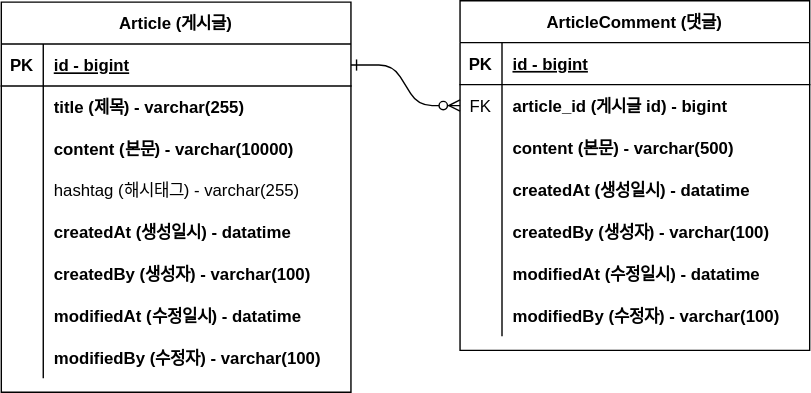
Before: document/project-article-erd.drawio.svg, a diagram exported from draw.io (JJuuuunn/Fastcampus_Article). Source tidied: cells renumbered, new cells last; positions are measured from the earlier drawing's top-left corner, leaving out a move shared by most shapes.
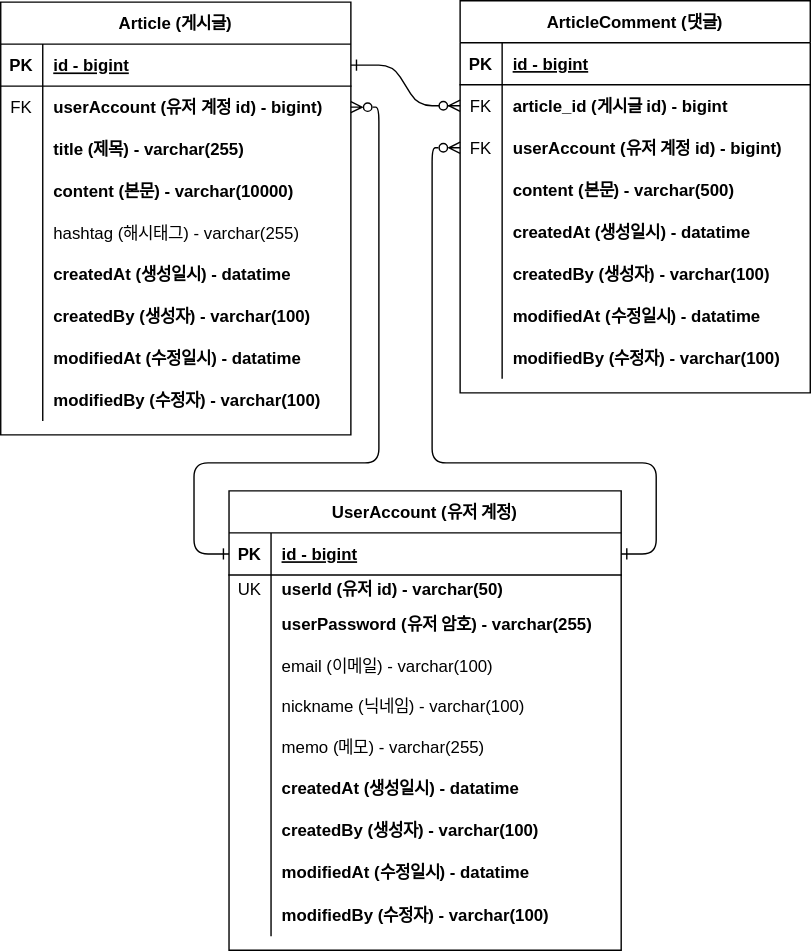
The same file after the commit.

Commit message:
ERD 업데이트: UserAccount 도메인 추가

What changed in the source:
```diff
@@ -6,7 +6,7 @@
       <mxGeometry relative="1" as="geometry" />
     </mxCell>
     <mxCell id="3" value="ArticleComment (댓글)" style="shape=table;startSize=30;rowLines=0;fontStyle=1;align=center;" parent="1" vertex="1">
-      <mxGeometry x="328" width="250" height="250" as="geometry" />
+      <mxGeometry x="328" width="250" height="280" as="geometry" />
     </mxCell>
     <mxCell id="4" style="shape=partialRectangle;fillColor=none;top=0;left=0;right=0;bottom=1;" parent="3" vertex="1">
       <mxGeometry y="30" width="250" height="30" as="geometry" />
@@ -26,8 +26,17 @@
     <mxCell id="9" value="article_id (게시글 id) - bigint" style="shape=partialRectangle;overflow=hidden;fillColor=none;top=0;left=0;bottom=0;right=0;align=left;spacingLeft=6;fontStyle=1;" parent="7" vertex="1">
       <mxGeometry x="30" width="220" height="30" as="geometry" />
     </mxCell>
+    <mxCell id="50" style="shape=partialRectangle;fillColor=none;points=[[0,0.5],[1,0.5]];portConstraint=eastwest;top=0;left=0;right=0;bottom=0;" parent="3" vertex="1">
+      <mxGeometry y="90" width="250" height="30" as="geometry" />
+    </mxCell>
+    <mxCell id="51" value="FK" style="shape=partialRectangle;overflow=hidden;fillColor=none;top=0;left=0;bottom=0;right=0;" parent="50" vertex="1">
+      <mxGeometry width="30" height="30" as="geometry" />
+    </mxCell>
+    <mxCell id="52" value="userAccount (유저 계정 id) - bigint)" style="shape=partialRectangle;overflow=hidden;fillColor=none;top=0;left=0;bottom=0;right=0;align=left;spacingLeft=6;fontStyle=1;" parent="50" vertex="1">
+      <mxGeometry x="30" width="220" height="30" as="geometry" />
+    </mxCell>
     <mxCell id="10" style="shape=partialRectangle;fillColor=none;top=0;left=0;right=0;bottom=0;" parent="3" vertex="1">
-      <mxGeometry y="90" width="250" height="30" as="geometry" />
+      <mxGeometry y="120" width="250" height="30" as="geometry" />
     </mxCell>
     <mxCell id="11" style="shape=partialRectangle;overflow=hidden;fillColor=none;top=0;left=0;bottom=0;right=0;" parent="10" vertex="1">
       <mxGeometry width="30" height="30" as="geometry" />
@@ -36,7 +45,7 @@
       <mxGeometry x="30" width="220" height="30" as="geometry" />
     </mxCell>
     <mxCell id="13" style="shape=partialRectangle;fillColor=none;top=0;left=0;right=0;bottom=0;" parent="3" vertex="1">
-      <mxGeometry y="120" width="250" height="30" as="geometry" />
+      <mxGeometry y="150" width="250" height="30" as="geometry" />
     </mxCell>
     <mxCell id="14" style="shape=partialRectangle;overflow=hidden;fillColor=none;top=0;left=0;bottom=0;right=0;" parent="13" vertex="1">
       <mxGeometry width="30" height="30" as="geometry" />
@@ -45,7 +54,7 @@
       <mxGeometry x="30" width="220" height="30" as="geometry" />
     </mxCell>
     <mxCell id="16" style="shape=partialRectangle;fillColor=none;top=0;left=0;right=0;bottom=0;" parent="3" vertex="1">
-      <mxGeometry y="150" width="250" height="30" as="geometry" />
+      <mxGeometry y="180" width="250" height="30" as="geometry" />
     </mxCell>
     <mxCell id="17" style="shape=partialRectangle;overflow=hidden;fillColor=none;top=0;left=0;bottom=0;right=0;" parent="16" vertex="1">
       <mxGeometry width="30" height="30" as="geometry" />
@@ -54,7 +63,7 @@
       <mxGeometry x="30" width="220" height="30" as="geometry" />
     </mxCell>
     <mxCell id="19" style="shape=partialRectangle;fillColor=none;top=0;left=0;right=0;bottom=0;" parent="3" vertex="1">
-      <mxGeometry y="180" width="250" height="30" as="geometry" />
+      <mxGeometry y="210" width="250" height="30" as="geometry" />
     </mxCell>
     <mxCell id="20" style="shape=partialRectangle;overflow=hidden;fillColor=none;top=0;left=0;bottom=0;right=0;" parent="19" vertex="1">
       <mxGeometry width="30" height="30" as="geometry" />
@@ -63,7 +72,7 @@
       <mxGeometry x="30" width="220" height="30" as="geometry" />
     </mxCell>
     <mxCell id="22" style="shape=partialRectangle;fillColor=none;top=0;left=0;right=0;bottom=0;" parent="3" vertex="1">
-      <mxGeometry y="210" width="250" height="30" as="geometry" />
+      <mxGeometry y="240" width="250" height="30" as="geometry" />
     </mxCell>
     <mxCell id="23" style="shape=partialRectangle;overflow=hidden;fillColor=none;top=0;left=0;bottom=0;right=0;" parent="22" vertex="1">
       <mxGeometry width="30" height="30" as="geometry" />
@@ -72,7 +81,7 @@
       <mxGeometry x="30" width="220" height="30" as="geometry" />
     </mxCell>
     <mxCell id="25" value="Article (게시글)" style="shape=table;startSize=30;rowLines=0;fontStyle=1;align=center;" parent="1" vertex="1">
-      <mxGeometry y="1" width="250" height="279" as="geometry" />
+      <mxGeometry y="1" width="250" height="309" as="geometry" />
     </mxCell>
     <mxCell id="26" style="shape=partialRectangle;fillColor=none;points=[[0,0.5],[1,0.5]];portConstraint=eastwest;top=0;left=0;right=0;bottom=1;" parent="25" vertex="1">
       <mxGeometry y="30" width="250" height="30" as="geometry" />
@@ -86,14 +95,23 @@
     <mxCell id="29" style="shape=partialRectangle;fillColor=none;points=[[0,0.5],[1,0.5]];portConstraint=eastwest;top=0;left=0;right=0;bottom=0;" parent="25" vertex="1">
       <mxGeometry y="60" width="250" height="30" as="geometry" />
     </mxCell>
-    <mxCell id="30" style="shape=partialRectangle;overflow=hidden;fillColor=none;top=0;left=0;bottom=0;right=0;" parent="29" vertex="1">
+    <mxCell id="30" value="FK" style="shape=partialRectangle;overflow=hidden;fillColor=none;top=0;left=0;bottom=0;right=0;" parent="29" vertex="1">
       <mxGeometry width="30" height="30" as="geometry" />
     </mxCell>
-    <mxCell id="31" value="title (제목) - varchar(255)" style="shape=partialRectangle;overflow=hidden;fillColor=none;top=0;left=0;bottom=0;right=0;align=left;spacingLeft=6;fontStyle=1;" parent="29" vertex="1">
+    <mxCell id="31" value="userAccount (유저 계정 id) - bigint)" style="shape=partialRectangle;overflow=hidden;fillColor=none;top=0;left=0;bottom=0;right=0;align=left;spacingLeft=6;fontStyle=1;" parent="29" vertex="1">
       <mxGeometry x="30" width="220" height="30" as="geometry" />
     </mxCell>
+    <mxCell id="53" style="shape=partialRectangle;fillColor=none;top=0;left=0;right=0;bottom=0;" parent="25" vertex="1">
+      <mxGeometry y="90" width="250" height="30" as="geometry" />
+    </mxCell>
+    <mxCell id="54" style="shape=partialRectangle;overflow=hidden;fillColor=none;top=0;left=0;bottom=0;right=0;" parent="53" vertex="1">
+      <mxGeometry width="30" height="30" as="geometry" />
+    </mxCell>
+    <mxCell id="55" value="title (제목) - varchar(255)" style="shape=partialRectangle;overflow=hidden;fillColor=none;top=0;left=0;bottom=0;right=0;align=left;spacingLeft=6;fontStyle=1;" parent="53" vertex="1">
+      <mxGeometry x="30" width="220" height="30" as="geometry" />
+    </mxCell>
     <mxCell id="32" style="shape=partialRectangle;fillColor=none;top=0;left=0;right=0;bottom=0;" parent="25" vertex="1">
-      <mxGeometry y="90" width="250" height="30" as="geometry" />
+      <mxGeometry y="120" width="250" height="30" as="geometry" />
     </mxCell>
     <mxCell id="33" style="shape=partialRectangle;overflow=hidden;fillColor=none;top=0;left=0;bottom=0;right=0;" parent="32" vertex="1">
       <mxGeometry width="30" height="30" as="geometry" />
@@ -102,7 +120,7 @@
       <mxGeometry x="30" width="220" height="30" as="geometry" />
     </mxCell>
     <mxCell id="35" style="shape=partialRectangle;fillColor=none;top=0;left=0;right=0;bottom=0;" parent="25" vertex="1">
-      <mxGeometry y="120" width="250" height="29" as="geometry" />
+      <mxGeometry y="150" width="250" height="29" as="geometry" />
     </mxCell>
     <mxCell id="36" style="shape=partialRectangle;overflow=hidden;fillColor=none;top=0;left=0;bottom=0;right=0;" parent="35" vertex="1">
       <mxGeometry width="30" height="29" as="geometry" />
@@ -111,7 +129,7 @@
       <mxGeometry x="30" width="220" height="29" as="geometry" />
     </mxCell>
     <mxCell id="38" style="shape=partialRectangle;fillColor=none;top=0;left=0;right=0;bottom=0;" parent="25" vertex="1">
-      <mxGeometry y="149" width="250" height="30" as="geometry" />
+      <mxGeometry y="179" width="250" height="30" as="geometry" />
     </mxCell>
     <mxCell id="39" style="shape=partialRectangle;overflow=hidden;fillColor=none;top=0;left=0;bottom=0;right=0;" parent="38" vertex="1">
       <mxGeometry width="30" height="30" as="geometry" />
@@ -120,7 +138,7 @@
       <mxGeometry x="30" width="220" height="30" as="geometry" />
     </mxCell>
     <mxCell id="41" style="shape=partialRectangle;fillColor=none;top=0;left=0;right=0;bottom=0;" parent="25" vertex="1">
-      <mxGeometry y="179" width="250" height="30" as="geometry" />
+      <mxGeometry y="209" width="250" height="30" as="geometry" />
     </mxCell>
     <mxCell id="42" style="shape=partialRectangle;overflow=hidden;fillColor=none;top=0;left=0;bottom=0;right=0;" parent="41" vertex="1">
       <mxGeometry width="30" height="30" as="geometry" />
@@ -129,7 +147,7 @@
       <mxGeometry x="30" width="220" height="30" as="geometry" />
     </mxCell>
     <mxCell id="44" style="shape=partialRectangle;fillColor=none;top=0;left=0;right=0;bottom=0;" parent="25" vertex="1">
-      <mxGeometry y="209" width="250" height="30" as="geometry" />
+      <mxGeometry y="239" width="250" height="30" as="geometry" />
     </mxCell>
     <mxCell id="45" style="shape=partialRectangle;overflow=hidden;fillColor=none;top=0;left=0;bottom=0;right=0;" parent="44" vertex="1">
       <mxGeometry width="30" height="30" as="geometry" />
@@ -138,7 +156,7 @@
       <mxGeometry x="30" width="220" height="30" as="geometry" />
     </mxCell>
     <mxCell id="47" style="shape=partialRectangle;fillColor=none;top=0;left=0;right=0;bottom=0;" parent="25" vertex="1">
-      <mxGeometry y="239" width="250" height="30" as="geometry" />
+      <mxGeometry y="269" width="250" height="30" as="geometry" />
     </mxCell>
     <mxCell id="48" style="shape=partialRectangle;overflow=hidden;fillColor=none;top=0;left=0;bottom=0;right=0;" parent="47" vertex="1">
       <mxGeometry width="30" height="30" as="geometry" />
@@ -146,5 +164,118 @@
     <mxCell id="49" value="modifiedBy (수정자) - varchar(100)" style="shape=partialRectangle;overflow=hidden;fillColor=none;top=0;left=0;bottom=0;right=0;align=left;spacingLeft=6;fontStyle=1;" parent="47" vertex="1">
       <mxGeometry x="30" width="220" height="30" as="geometry" />
     </mxCell>
+    <mxCell id="56" value="UserAccount (유저 계정)" style="shape=table;startSize=30;rowLines=0;fontStyle=1;align=center;" parent="1" vertex="1">
+      <mxGeometry x="163" y="350" width="280" height="328" as="geometry" />
+    </mxCell>
+    <mxCell id="57" style="shape=partialRectangle;fillColor=none;points=[[0,0.5],[1,0.5]];portConstraint=eastwest;top=0;left=0;right=0;bottom=1;" parent="56" vertex="1">
+      <mxGeometry y="30" width="280" height="30" as="geometry" />
+    </mxCell>
+    <mxCell id="58" value="PK" style="shape=partialRectangle;overflow=hidden;fillColor=none;top=0;left=0;bottom=0;right=0;fontStyle=1;" parent="57" vertex="1">
+      <mxGeometry width="30" height="30" as="geometry" />
+    </mxCell>
+    <mxCell id="59" value="id - bigint" style="shape=partialRectangle;overflow=hidden;fillColor=none;top=0;left=0;bottom=0;right=0;align=left;spacingLeft=6;fontStyle=5;" parent="57" vertex="1">
+      <mxGeometry x="30" width="250" height="30" as="geometry" />
+    </mxCell>
+    <mxCell id="60" style="shape=partialRectangle;fillColor=none;top=0;left=0;right=0;bottom=0;" parent="56" vertex="1">
+      <mxGeometry y="60" width="280" height="20" as="geometry" />
+    </mxCell>
+    <mxCell id="61" value="UK" style="shape=partialRectangle;overflow=hidden;fillColor=none;top=0;left=0;bottom=0;right=0;" parent="60" vertex="1">
+      <mxGeometry width="30" height="20" as="geometry" />
+    </mxCell>
+    <mxCell id="62" value="userId (유저 id) - varchar(50)" style="shape=partialRectangle;overflow=hidden;fillColor=none;top=0;left=0;bottom=0;right=0;align=left;spacingLeft=6;fontStyle=1;" parent="60" vertex="1">
+      <mxGeometry x="30" width="250" height="20" as="geometry" />
+    </mxCell>
+    <mxCell id="63" style="shape=partialRectangle;fillColor=none;top=0;left=0;right=0;bottom=0;" parent="56" vertex="1">
+      <mxGeometry y="80" width="280" height="30" as="geometry" />
+    </mxCell>
+    <mxCell id="64" style="shape=partialRectangle;overflow=hidden;fillColor=none;top=0;left=0;bottom=0;right=0;" parent="63" vertex="1">
+      <mxGeometry width="30" height="30" as="geometry" />
+    </mxCell>
+    <mxCell id="65" value="userPassword (유저 암호) - varchar(255)" style="shape=partialRectangle;overflow=hidden;fillColor=none;top=0;left=0;bottom=0;right=0;align=left;spacingLeft=6;fontStyle=1;" parent="63" vertex="1">
+      <mxGeometry x="30" width="250" height="30" as="geometry" />
+    </mxCell>
+    <mxCell id="66" style="shape=partialRectangle;fillColor=none;top=0;left=0;right=0;bottom=0;" parent="56" vertex="1">
+      <mxGeometry y="110" width="280" height="29" as="geometry" />
+    </mxCell>
+    <mxCell id="67" style="shape=partialRectangle;overflow=hidden;fillColor=none;top=0;left=0;bottom=0;right=0;" parent="66" vertex="1">
+      <mxGeometry width="30" height="29" as="geometry" />
+    </mxCell>
+    <mxCell id="68" value="email (이메일) - varchar(100)" style="shape=partialRectangle;overflow=hidden;fillColor=none;top=0;left=0;bottom=0;right=0;align=left;spacingLeft=6;" parent="66" vertex="1">
+      <mxGeometry x="30" width="250" height="29" as="geometry" />
+    </mxCell>
+    <mxCell id="69" style="shape=partialRectangle;fillColor=none;top=0;left=0;right=0;bottom=0;" parent="56" vertex="1">
+      <mxGeometry y="139" width="280" height="29" as="geometry" />
+    </mxCell>
+    <mxCell id="70" style="shape=partialRectangle;overflow=hidden;fillColor=none;top=0;left=0;bottom=0;right=0;" parent="69" vertex="1">
+      <mxGeometry width="30" height="29" as="geometry" />
+    </mxCell>
+    <mxCell id="71" value="nickname (닉네임) - varchar(100)" style="shape=partialRectangle;overflow=hidden;fillColor=none;top=0;left=0;bottom=0;right=0;align=left;spacingLeft=6;" parent="69" vertex="1">
+      <mxGeometry x="30" width="250" height="29" as="geometry" />
+    </mxCell>
+    <mxCell id="72" style="shape=partialRectangle;fillColor=none;top=0;left=0;right=0;bottom=0;" parent="56" vertex="1">
+      <mxGeometry y="168" width="280" height="29" as="geometry" />
+    </mxCell>
+    <mxCell id="73" style="shape=partialRectangle;overflow=hidden;fillColor=none;top=0;left=0;bottom=0;right=0;" parent="72" vertex="1">
+      <mxGeometry width="30" height="29" as="geometry" />
+    </mxCell>
+    <mxCell id="74" value="memo (메모) - varchar(255)" style="shape=partialRectangle;overflow=hidden;fillColor=none;top=0;left=0;bottom=0;right=0;align=left;spacingLeft=6;" parent="72" vertex="1">
+      <mxGeometry x="30" width="250" height="29" as="geometry" />
+    </mxCell>
+    <mxCell id="75" style="shape=partialRectangle;fillColor=none;top=0;left=0;right=0;bottom=0;" parent="56" vertex="1">
+      <mxGeometry y="197" width="280" height="30" as="geometry" />
+    </mxCell>
+    <mxCell id="76" style="shape=partialRectangle;overflow=hidden;fillColor=none;top=0;left=0;bottom=0;right=0;" parent="75" vertex="1">
+      <mxGeometry width="30" height="30" as="geometry" />
+    </mxCell>
+    <mxCell id="77" value="createdAt (생성일시) - datatime" style="shape=partialRectangle;overflow=hidden;fillColor=none;top=0;left=0;bottom=0;right=0;align=left;spacingLeft=6;fontStyle=1;" parent="75" vertex="1">
+      <mxGeometry x="30" width="250" height="30" as="geometry" />
+    </mxCell>
+    <mxCell id="78" style="shape=partialRectangle;fillColor=none;top=0;left=0;right=0;bottom=0;" parent="56" vertex="1">
+      <mxGeometry y="227" width="280" height="30" as="geometry" />
+    </mxCell>
+    <mxCell id="79" style="shape=partialRectangle;overflow=hidden;fillColor=none;top=0;left=0;bottom=0;right=0;" parent="78" vertex="1">
+      <mxGeometry width="30" height="30" as="geometry" />
+    </mxCell>
+    <mxCell id="80" value="createdBy (생성자) - varchar(100)" style="shape=partialRectangle;overflow=hidden;fillColor=none;top=0;left=0;bottom=0;right=0;align=left;spacingLeft=6;fontStyle=1;" parent="78" vertex="1">
+      <mxGeometry x="30" width="250" height="30" as="geometry" />
+    </mxCell>
+    <mxCell id="81" style="shape=partialRectangle;fillColor=none;top=0;left=0;right=0;bottom=0;" parent="56" vertex="1">
+      <mxGeometry y="257" width="280" height="30" as="geometry" />
+    </mxCell>
+    <mxCell id="82" style="shape=partialRectangle;overflow=hidden;fillColor=none;top=0;left=0;bottom=0;right=0;" parent="81" vertex="1">
+      <mxGeometry width="30" height="30" as="geometry" />
+    </mxCell>
+    <mxCell id="83" value="modifiedAt (수정일시) - datatime" style="shape=partialRectangle;overflow=hidden;fillColor=none;top=0;left=0;bottom=0;right=0;align=left;spacingLeft=6;fontStyle=1;" parent="81" vertex="1">
+      <mxGeometry x="30" width="250" height="30" as="geometry" />
+    </mxCell>
+    <mxCell id="84" style="shape=partialRectangle;fillColor=none;top=0;left=0;right=0;bottom=0;" parent="56" vertex="1">
+      <mxGeometry y="287" width="280" height="31" as="geometry" />
+    </mxCell>
+    <mxCell id="85" style="shape=partialRectangle;overflow=hidden;fillColor=none;top=0;left=0;bottom=0;right=0;" parent="84" vertex="1">
+      <mxGeometry width="30" height="31" as="geometry" />
+    </mxCell>
+    <mxCell id="86" value="modifiedBy (수정자) - varchar(100)" style="shape=partialRectangle;overflow=hidden;fillColor=none;top=0;left=0;bottom=0;right=0;align=left;spacingLeft=6;fontStyle=1;" parent="84" vertex="1">
+      <mxGeometry x="30" width="250" height="31" as="geometry" />
+    </mxCell>
+    <mxCell id="87" style="edgeStyle=orthogonalEdgeStyle;rounded=1;jettySize=auto;html=1;entryX=1;entryY=0.5;entryDx=0;entryDy=0;startArrow=ERone;startFill=0;endArrow=ERzeroToMany;endFill=0;" parent="1" edge="1" source="57" target="29">
+      <mxGeometry relative="1" as="geometry">
+        <Array as="points">
+          <mxPoint x="138" y="395" />
+          <mxPoint x="138" y="330" />
+          <mxPoint x="270" y="330" />
+          <mxPoint x="270" y="76" />
+        </Array>
+      </mxGeometry>
+    </mxCell>
+    <mxCell id="88" style="edgeStyle=orthogonalEdgeStyle;rounded=1;jettySize=auto;html=1;entryX=0;entryY=0.5;entryDx=0;entryDy=0;endArrow=ERzeroToMany;endFill=0;startArrow=ERone;startFill=0;exitX=1;exitY=0.5;exitDx=0;exitDy=0;" parent="1" edge="1" source="57" target="50">
+      <mxGeometry relative="1" as="geometry">
+        <Array as="points">
+          <mxPoint x="468" y="395" />
+          <mxPoint x="468" y="330" />
+          <mxPoint x="308" y="330" />
+          <mxPoint x="308" y="105" />
+        </Array>
+      </mxGeometry>
+    </mxCell>
   </root>
 </mxGraphModel>
```
